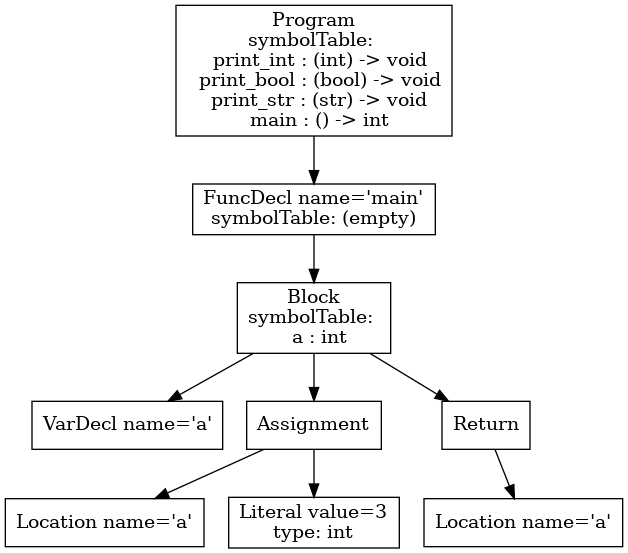
This is ast.png from vtstew/p3-analysis, a Graphviz export, as it was before one commit. Its source is kept beside it as ast.dot.
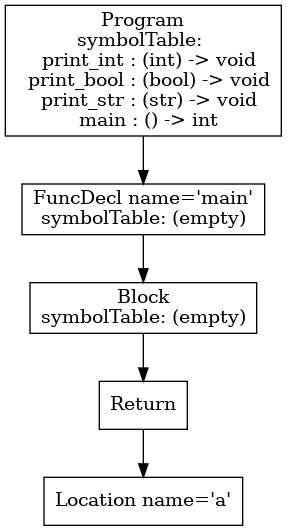
The same file after the commit.

Change to the diagram source:
```diff
@@ -1,17 +1,9 @@
 digraph AST {
-3 [shape=box, label="VarDecl name='a'"];
-5 [shape=box, label="Location name='a'"];
-6 [shape=box, label="Literal value=3\ntype: int"];
-4 [shape=box, label="Assignment"];
-4 -> 5;
-4 -> 6;
-8 [shape=box, label="Location name='a'"];
-7 [shape=box, label="Return"];
-7 -> 8;
-2 [shape=box, label="Block\nsymbolTable: \n  a : int"];
+4 [shape=box, label="Location name='a'"];
+3 [shape=box, label="Return"];
+3 -> 4;
+2 [shape=box, label="Block\nsymbolTable: (empty)"];
 2 -> 3;
-2 -> 4;
-2 -> 7;
 1 [shape=box, label="FuncDecl name='main'\nsymbolTable: (empty)"];
 1 -> 2;
 0 [shape=box, label="Program\nsymbolTable: \n  print_int : (int) -> void\n  print_bool : (bool) -> void\n  print_str : (str) -> void\n  main : () -> int"];
```
